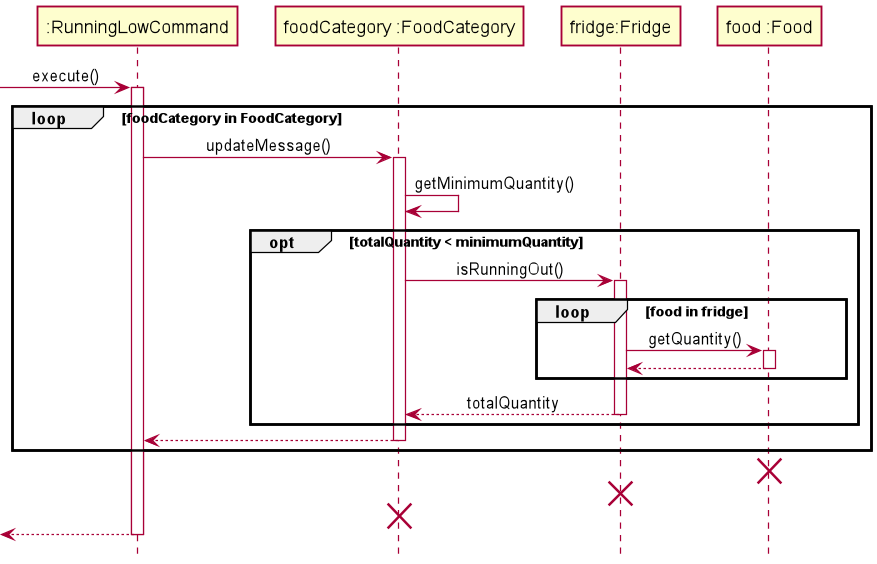
Above: docs/diagrams/diagram_images/RunningLowSequenceDiagram.png in nus-cs2113-AY2021S2/tp (PlantUML), before the change.
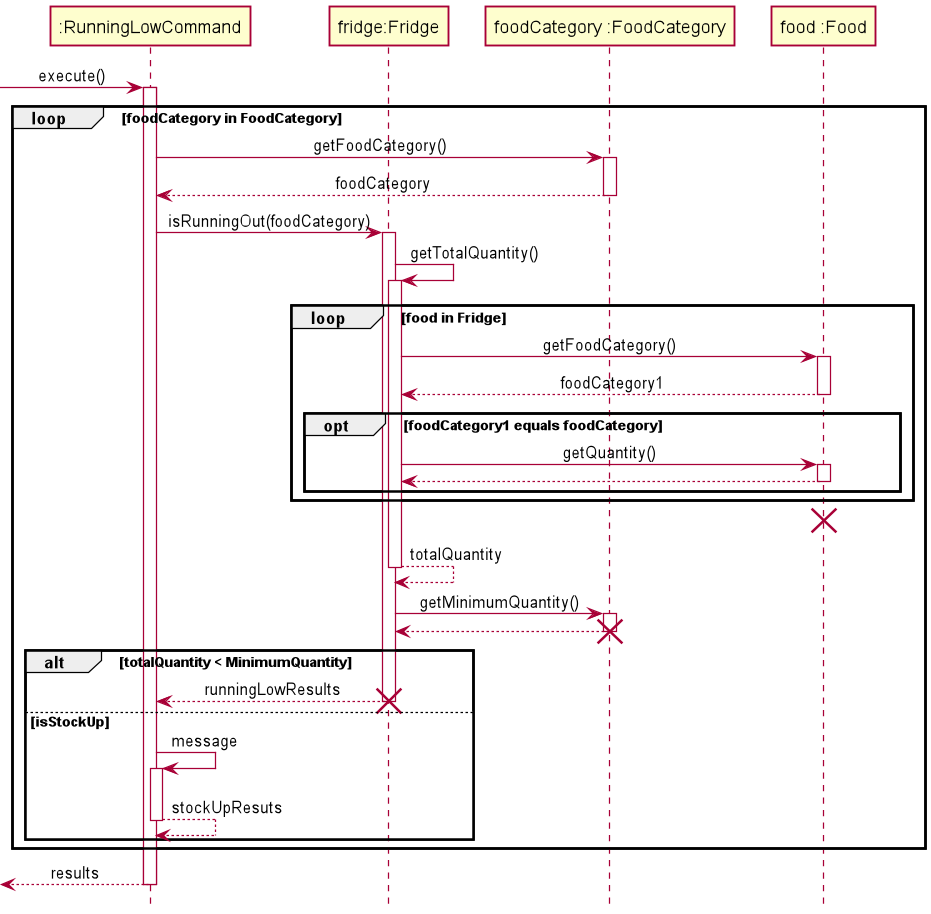
The same file after the commit.

Diff of the diagram source:
```diff
@@ -1,34 +1,50 @@
 @startuml
-
 !include style.puml
 
 participant ":RunningLowCommand" as RunningLowCommand
+participant "fridge:Fridge" as Fridge
 participant "foodCategory :FoodCategory" as FoodCategory
-participant "fridge:Fridge" as Fridge
+
 participant "food :Food" as Food
 
 -> RunningLowCommand: execute()
 activate RunningLowCommand
 
 loop foodCategory in FoodCategory
-    RunningLowCommand -> FoodCategory: updateMessage()
+    RunningLowCommand -> FoodCategory: getFoodCategory()
     activate FoodCategory
-    FoodCategory -> FoodCategory: getMinimumQuantity()
-    opt totalQuantity < minimumQuantity
-        FoodCategory -> Fridge: isRunningOut()
-        activate Fridge
-        loop food in fridge
+    return foodCategory
+
+    RunningLowCommand -> Fridge: isRunningOut(foodCategory)
+    activate Fridge
+    Fridge -> Fridge: getTotalQuantity()
+    activate Fridge
+    loop food in Fridge
+        Fridge -> Food: getFoodCategory()
+        activate Food
+        return foodCategory1
+        opt foodCategory1 equals foodCategory
             Fridge -> Food: getQuantity()
             activate Food
             return
         end
-        return totalQuantity
     end
+    destroy Food
+    return totalQuantity
+    Fridge -> FoodCategory: getMinimumQuantity()
+    activate FoodCategory
     return
+    destroy FoodCategory
+    alt totalQuantity < MinimumQuantity
+        return runningLowResults
+        destroy Fridge
+    else isStockUp
+        RunningLowCommand -> RunningLowCommand: message
+        activate RunningLowCommand
+        return stockUpResuts
+    end
 end
-destroy Food
-destroy Fridge
-destroy FoodCategory
-<--RunningLowCommand:
+return results
+
 deactivate RunningLowCommand
 @enduml
```
